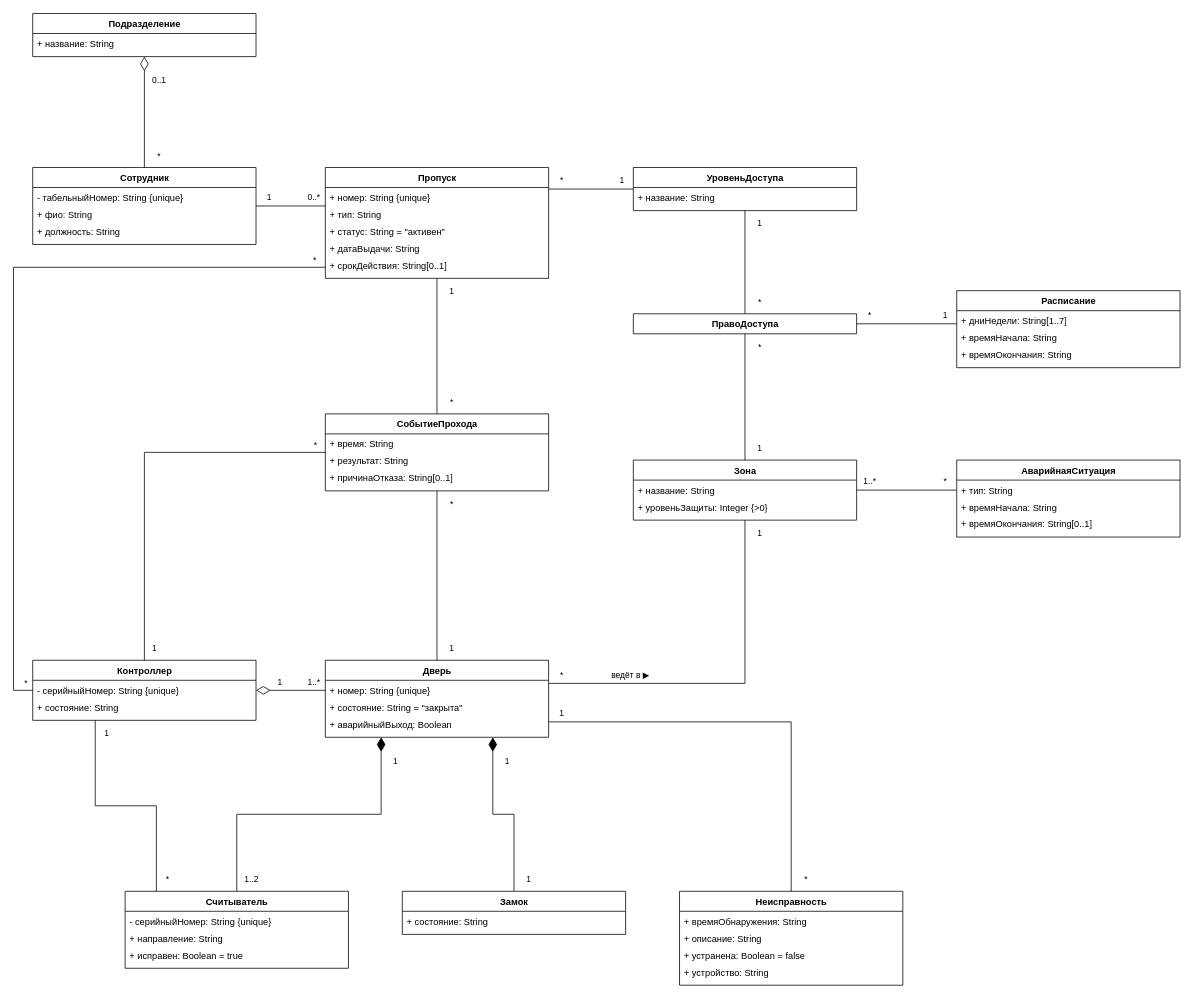
Earlier version of the draw.io diagram page "ЛР1 — МПО" (1 of 10) of СКУД.drawio (Rem1yo/ooap-skud-uml). Source tidied: cells renumbered, new cells numbered last; positions are measured from the earlier drawing's top-left corner, leaving out a move shared by most shapes. Both pictures are drawn from the tidied source at 77%, with x=0, y=0 at pixel (13, 13).
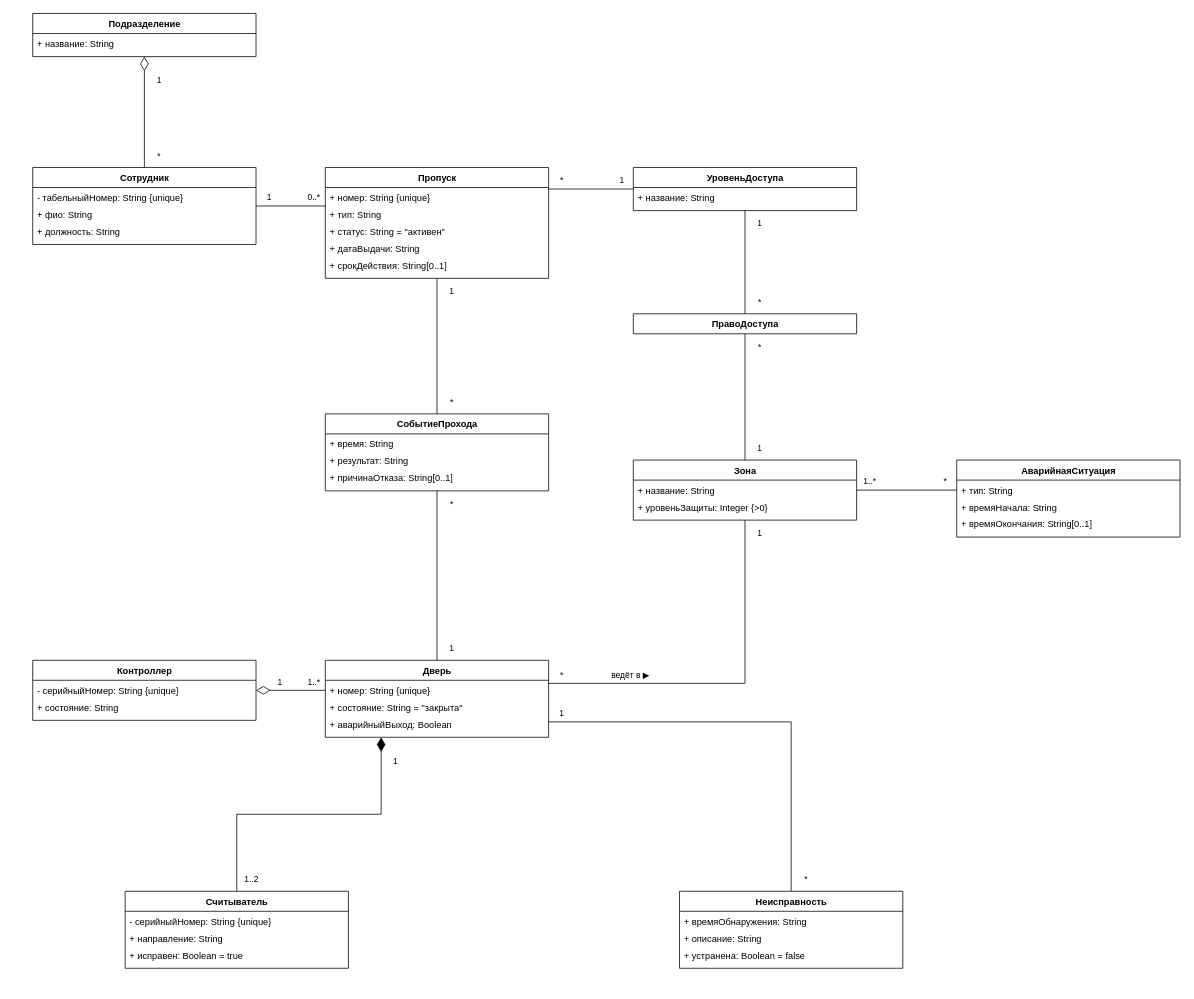
Above is the later version.

The change refers to these unchanged cells:
```xml
<mxCell id="10" value="Пропуск" style="swimlane;fontStyle=1;align=center;verticalAlign=top;horizontal=1;startSize=26;fillColor=#ffffff;strokeColor=#000000;fontColor=#000000;html=1;" parent="1" vertex="1">
  <mxGeometry x="405" y="200" width="290" height="144" as="geometry" />
</mxCell>
<mxCell id="20" value="ПравоДоступа" style="swimlane;fontStyle=1;align=center;verticalAlign=top;horizontal=1;startSize=26;fillColor=#ffffff;strokeColor=#000000;fontColor=#000000;html=1;" parent="1" vertex="1">
  <mxGeometry x="805" y="390" width="290" height="26" as="geometry" />
</mxCell>
<mxCell id="35" value="СобытиеПрохода" style="swimlane;fontStyle=1;align=center;verticalAlign=top;horizontal=1;startSize=26;fillColor=#ffffff;strokeColor=#000000;fontColor=#000000;html=1;" parent="1" vertex="1">
  <mxGeometry x="405" y="520" width="290" height="100" as="geometry" />
</mxCell>
<mxCell id="40" value="Дверь" style="swimlane;fontStyle=1;align=center;verticalAlign=top;horizontal=1;startSize=26;fillColor=#ffffff;strokeColor=#000000;fontColor=#000000;html=1;" parent="1" vertex="1">
  <mxGeometry x="405" y="840" width="290" height="100" as="geometry" />
</mxCell>
<mxCell id="45" value="Контроллер" style="swimlane;fontStyle=1;align=center;verticalAlign=top;horizontal=1;startSize=26;fillColor=#ffffff;strokeColor=#000000;fontColor=#000000;html=1;" parent="1" vertex="1">
  <mxGeometry x="25" y="840" width="290" height="78" as="geometry" />
</mxCell>
<mxCell id="49" value="Считыватель" style="swimlane;fontStyle=1;align=center;verticalAlign=top;horizontal=1;startSize=26;fillColor=#ffffff;strokeColor=#000000;fontColor=#000000;html=1;" parent="1" vertex="1">
  <mxGeometry x="145" y="1140" width="290" height="100" as="geometry" />
</mxCell>
<mxCell id="63" style="edgeStyle=orthogonalEdgeStyle;rounded=0;html=1;endArrow=none;strokeColor=#000000;fontColor=#000000;labelBackgroundColor=#ffffff;exitX=0.5;exitY=1;exitDx=0;exitDy=0;entryX=0.5;entryY=0;entryDx=0;entryDy=0;startArrow=diamondThin;startFill=0;startSize=16;" parent="1" edge="1" source="2" target="5">
  <mxGeometry relative="1" as="geometry" />
</mxCell>
```

The edit, as a diff of the source:
```diff
@@
-    <mxCell id="21" value="Расписание" style="swimlane;fontStyle=1;align=center;verticalAlign=top;horizontal=1;startSize=26;fillColor=#ffffff;strokeColor=#000000;fontColor=#000000;html=1;" parent="1" vertex="1">
-      <mxGeometry x="1225" y="360" width="290" height="100" as="geometry" />
-    </mxCell>
-    <mxCell id="22" value="+ дниНедели: String[1..7]" style="text;strokeColor=none;fillColor=none;align=left;verticalAlign=top;spacingLeft=4;spacingRight=4;overflow=hidden;fontColor=#000000;html=1;" parent="21" vertex="1">
-      <mxGeometry y="26" width="290" height="22" as="geometry" />
-    </mxCell>
-    <mxCell id="23" value="+ времяНачала: String" style="text;strokeColor=none;fillColor=none;align=left;verticalAlign=top;spacingLeft=4;spacingRight=4;overflow=hidden;fontColor=#000000;html=1;" parent="21" vertex="1">
-      <mxGeometry y="48" width="290" height="22" as="geometry" />
-    </mxCell>
-    <mxCell id="24" value="+ времяОкончания: String" style="text;strokeColor=none;fillColor=none;align=left;verticalAlign=top;spacingLeft=4;spacingRight=4;overflow=hidden;fontColor=#000000;html=1;" parent="21" vertex="1">
-      <mxGeometry y="70" width="290" height="22" as="geometry" />
-    </mxCell>
-    <mxCell id="25" style="text;strokeColor=none;fillColor=none;html=1;" parent="21" vertex="1">
-      <mxGeometry y="92" width="290" height="8" as="geometry" />
-    </mxCell>
@@
-    <mxCell id="54" value="Замок" style="swimlane;fontStyle=1;align=center;verticalAlign=top;horizontal=1;startSize=26;fillColor=#ffffff;strokeColor=#000000;fontColor=#000000;html=1;" parent="1" vertex="1">
-      <mxGeometry x="505" y="1140" width="290" height="56" as="geometry" />
-    </mxCell>
-    <mxCell id="55" value="+ состояние: String" style="text;strokeColor=none;fillColor=none;align=left;verticalAlign=top;spacingLeft=4;spacingRight=4;overflow=hidden;fontColor=#000000;html=1;" parent="54" vertex="1">
-      <mxGeometry y="26" width="290" height="22" as="geometry" />
-    </mxCell>
-    <mxCell id="56" style="text;strokeColor=none;fillColor=none;html=1;" parent="54" vertex="1">
-      <mxGeometry y="48" width="290" height="8" as="geometry" />
-    </mxCell>
     <mxCell id="57" value="Неисправность" style="swimlane;fontStyle=1;align=center;verticalAlign=top;horizontal=1;startSize=26;fillColor=#ffffff;strokeColor=#000000;fontColor=#000000;html=1;" parent="1" vertex="1">
-      <mxGeometry x="865" y="1140" width="290" height="122" as="geometry" />
+      <mxGeometry x="865" y="1140" width="290" height="100" as="geometry" />
     </mxCell>
@@
-    <mxCell id="61" value="+ устройство: String" style="text;strokeColor=none;fillColor=none;align=left;verticalAlign=top;spacingLeft=4;spacingRight=4;overflow=hidden;fontColor=#000000;html=1;" parent="57" vertex="1">
-      <mxGeometry y="92" width="290" height="22" as="geometry" />
-    </mxCell>
     <mxCell id="62" style="text;strokeColor=none;fillColor=none;html=1;" parent="57" vertex="1">
-      <mxGeometry y="114" width="290" height="8" as="geometry" />
+      <mxGeometry y="92" width="290" height="8" as="geometry" />
     </mxCell>
@@
-    <mxCell id="64" value="0..1" style="edgeLabel;html=1;align=center;verticalAlign=middle;labelBackgroundColor=#ffffff;fontColor=#000000;" parent="63" vertex="1">
+    <mxCell id="64" value="1" style="edgeLabel;html=1;align=center;verticalAlign=middle;labelBackgroundColor=#ffffff;fontColor=#000000;" parent="63" vertex="1">
       <mxGeometry x="-1" relative="1" as="geometry">
         <mxPoint x="18" y="30" as="offset" />
       </mxGeometry>
     </mxCell>
@@
-    <mxCell id="78" style="edgeStyle=orthogonalEdgeStyle;rounded=0;html=1;endArrow=none;strokeColor=#000000;fontColor=#000000;labelBackgroundColor=#ffffff;exitX=1;exitY=0.5;exitDx=0;exitDy=0;entryX=0;entryY=0.43;entryDx=0;entryDy=0;" parent="1" edge="1" source="20" target="21">
-      <mxGeometry relative="1" as="geometry" />
-    </mxCell>
-    <mxCell id="79" value="*" style="edgeLabel;html=1;align=center;verticalAlign=middle;labelBackgroundColor=#ffffff;fontColor=#000000;" parent="78" vertex="1">
-      <mxGeometry x="-1" relative="1" as="geometry">
-        <mxPoint x="16" y="-12" as="offset" />
-      </mxGeometry>
-    </mxCell>
-    <mxCell id="80" value="1" style="edgeLabel;html=1;align=center;verticalAlign=middle;labelBackgroundColor=#ffffff;fontColor=#000000;" parent="78" vertex="1">
-      <mxGeometry x="1" relative="1" as="geometry">
-        <mxPoint x="-16" y="-12" as="offset" />
-      </mxGeometry>
-    </mxCell>
@@
-    <mxCell id="100" style="edgeStyle=orthogonalEdgeStyle;rounded=0;html=1;endArrow=none;strokeColor=#000000;fontColor=#000000;labelBackgroundColor=#ffffff;exitX=0.75;exitY=1;exitDx=0;exitDy=0;entryX=0.5;entryY=0;entryDx=0;entryDy=0;startArrow=diamondThin;startFill=1;startSize=16;" parent="1" edge="1" source="40" target="54">
-      <mxGeometry relative="1" as="geometry" />
-    </mxCell>
-    <mxCell id="101" value="1" style="edgeLabel;html=1;align=center;verticalAlign=middle;labelBackgroundColor=#ffffff;fontColor=#000000;" parent="100" vertex="1">
-      <mxGeometry x="-1" relative="1" as="geometry">
-        <mxPoint x="18" y="30" as="offset" />
-      </mxGeometry>
-    </mxCell>
-    <mxCell id="102" value="1" style="edgeLabel;html=1;align=center;verticalAlign=middle;labelBackgroundColor=#ffffff;fontColor=#000000;" parent="100" vertex="1">
-      <mxGeometry x="1" relative="1" as="geometry">
-        <mxPoint x="18" y="-16" as="offset" />
-      </mxGeometry>
-    </mxCell>
@@
-    <mxCell id="106" style="edgeStyle=orthogonalEdgeStyle;rounded=0;html=1;endArrow=none;strokeColor=#000000;fontColor=#000000;labelBackgroundColor=#ffffff;exitX=0.28;exitY=1;exitDx=0;exitDy=0;entryX=0.14;entryY=0;entryDx=0;entryDy=0;" parent="1" edge="1" source="45" target="49">
-      <mxGeometry relative="1" as="geometry" />
-    </mxCell>
-    <mxCell id="107" value="1" style="edgeLabel;html=1;align=center;verticalAlign=middle;labelBackgroundColor=#ffffff;fontColor=#000000;" parent="106" vertex="1">
-      <mxGeometry x="-1" relative="1" as="geometry">
-        <mxPoint x="14" y="16" as="offset" />
-      </mxGeometry>
-    </mxCell>
-    <mxCell id="108" value="*" style="edgeLabel;html=1;align=center;verticalAlign=middle;labelBackgroundColor=#ffffff;fontColor=#000000;" parent="106" vertex="1">
-      <mxGeometry x="1" relative="1" as="geometry">
-        <mxPoint x="14" y="-16" as="offset" />
-      </mxGeometry>
-    </mxCell>
-    <mxCell id="109" style="edgeStyle=orthogonalEdgeStyle;rounded=0;html=1;endArrow=none;strokeColor=#000000;fontColor=#000000;labelBackgroundColor=#ffffff;exitX=0.5;exitY=0;exitDx=0;exitDy=0;entryX=0;entryY=0.5;entryDx=0;entryDy=0;" parent="1" edge="1" source="45" target="35">
-      <mxGeometry relative="1" as="geometry" />
-    </mxCell>
-    <mxCell id="110" value="1" style="edgeLabel;html=1;align=center;verticalAlign=middle;labelBackgroundColor=#ffffff;fontColor=#000000;" parent="109" vertex="1">
-      <mxGeometry x="-1" relative="1" as="geometry">
-        <mxPoint x="12" y="-16" as="offset" />
-      </mxGeometry>
-    </mxCell>
-    <mxCell id="111" value="*" style="edgeLabel;html=1;align=center;verticalAlign=middle;labelBackgroundColor=#ffffff;fontColor=#000000;" parent="109" vertex="1">
-      <mxGeometry x="1" relative="1" as="geometry">
-        <mxPoint x="-14" y="-10" as="offset" />
-      </mxGeometry>
-    </mxCell>
-    <mxCell id="112" style="edgeStyle=orthogonalEdgeStyle;rounded=0;html=1;endArrow=none;strokeColor=#000000;fontColor=#000000;labelBackgroundColor=#ffffff;exitX=0;exitY=0.5;exitDx=0;exitDy=0;entryX=0;entryY=0.9;entryDx=0;entryDy=0;" parent="1" edge="1" source="45" target="10">
-      <mxGeometry relative="1" as="geometry">
-        <Array as="points">
-          <mxPoint y="879" />
-          <mxPoint y="330" />
-        </Array>
-      </mxGeometry>
-    </mxCell>
-    <mxCell id="113" value="*" style="edgeLabel;html=1;align=center;verticalAlign=middle;labelBackgroundColor=#ffffff;fontColor=#000000;" parent="112" vertex="1">
-      <mxGeometry x="-1" relative="1" as="geometry">
-        <mxPoint x="-10" y="-10" as="offset" />
-      </mxGeometry>
-    </mxCell>
-    <mxCell id="114" value="*" style="edgeLabel;html=1;align=center;verticalAlign=middle;labelBackgroundColor=#ffffff;fontColor=#000000;" parent="112" vertex="1">
-      <mxGeometry x="1" relative="1" as="geometry">
-        <mxPoint x="-14" y="-10" as="offset" />
-      </mxGeometry>
-    </mxCell>
```
